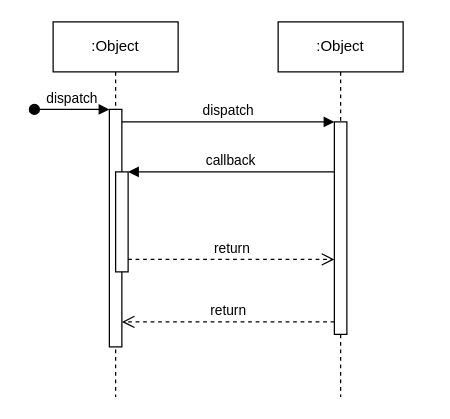
Earlier version of the draw.io diagram Untitled Diagram.drawio (git-ashutoshverma/draw.io). Source tidied: cells renumbered, new cells numbered last; positions are measured from the earlier drawing's top-left corner, leaving out a move shared by most shapes. Both pictures are drawn from the tidied source at 125%, with x=0, y=0 at pixel (34, 21).
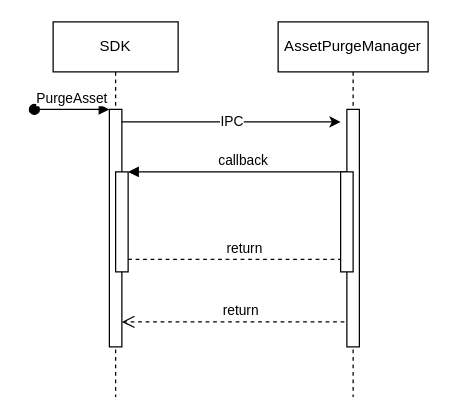
The same page after the edit.

Change to the diagram source:
```diff
@@
 <mxGraphModel>
   <root>
     <mxCell id="0" />
     <mxCell id="1" parent="0" />
-    <mxCell id="2" value=":Object" style="shape=umlLifeline;perimeter=lifelinePerimeter;whiteSpace=wrap;html=1;newEdgeStyle={&quot;edgeStyle&quot;:&quot;elbowEdgeStyle&quot;,&quot;elbow&quot;:&quot;vertical&quot;,&quot;curved&quot;:0,&quot;rounded&quot;:0};" parent="1" vertex="1">
+    <mxCell id="2" value="SDK" style="shape=umlLifeline;perimeter=lifelinePerimeter;whiteSpace=wrap;html=1;newEdgeStyle={&quot;edgeStyle&quot;:&quot;elbowEdgeStyle&quot;,&quot;elbow&quot;:&quot;vertical&quot;,&quot;curved&quot;:0,&quot;rounded&quot;:0};" parent="1" vertex="1">
       <mxGeometry x="15" width="100" height="300" as="geometry" />
     </mxCell>
     <mxCell id="3" style="html=1;points=[];perimeter=orthogonalPerimeter;outlineConnect=0;targetShapes=umlLifeline;portConstraint=eastwest;newEdgeStyle={&quot;edgeStyle&quot;:&quot;elbowEdgeStyle&quot;,&quot;elbow&quot;:&quot;vertical&quot;,&quot;curved&quot;:0,&quot;rounded&quot;:0};" parent="2" vertex="1">
       <mxGeometry x="45" y="70" width="10" height="190" as="geometry" />
     </mxCell>
-    <mxCell id="4" value="dispatch" style="html=1;verticalAlign=bottom;startArrow=oval;endArrow=block;startSize=8;edgeStyle=elbowEdgeStyle;elbow=vertical;curved=0;rounded=0;" parent="2" edge="1" target="3">
+    <mxCell id="4" value="PurgeAsset" style="html=1;verticalAlign=bottom;startArrow=oval;endArrow=block;startSize=8;edgeStyle=elbowEdgeStyle;elbow=vertical;curved=0;rounded=0;" parent="2" edge="1" target="3">
       <mxGeometry relative="1" as="geometry">
         <mxPoint x="-15" y="70" as="sourcePoint" />
       </mxGeometry>
     </mxCell>
     <mxCell id="5" style="html=1;points=[];perimeter=orthogonalPerimeter;outlineConnect=0;targetShapes=umlLifeline;portConstraint=eastwest;newEdgeStyle={&quot;edgeStyle&quot;:&quot;elbowEdgeStyle&quot;,&quot;elbow&quot;:&quot;vertical&quot;,&quot;curved&quot;:0,&quot;rounded&quot;:0};" parent="2" vertex="1">
       <mxGeometry x="50" y="120" width="10" height="80" as="geometry" />
     </mxCell>
-    <mxCell id="6" value=":Object" style="shape=umlLifeline;perimeter=lifelinePerimeter;whiteSpace=wrap;html=1;newEdgeStyle={&quot;edgeStyle&quot;:&quot;elbowEdgeStyle&quot;,&quot;elbow&quot;:&quot;vertical&quot;,&quot;curved&quot;:0,&quot;rounded&quot;:0};" parent="1" vertex="1">
-      <mxGeometry x="195" width="100" height="300" as="geometry" />
-    </mxCell>
-    <mxCell id="7" style="html=1;points=[];perimeter=orthogonalPerimeter;outlineConnect=0;targetShapes=umlLifeline;portConstraint=eastwest;newEdgeStyle={&quot;edgeStyle&quot;:&quot;elbowEdgeStyle&quot;,&quot;elbow&quot;:&quot;vertical&quot;,&quot;curved&quot;:0,&quot;rounded&quot;:0};" parent="6" vertex="1">
-      <mxGeometry x="45" y="80" width="10" height="170" as="geometry" />
-    </mxCell>
-    <mxCell id="8" value="dispatch" style="html=1;verticalAlign=bottom;endArrow=block;edgeStyle=elbowEdgeStyle;elbow=vertical;curved=0;rounded=0;" parent="1" edge="1" source="3" target="7">
-      <mxGeometry relative="1" as="geometry">
-        <Array as="points">
-          <mxPoint x="155" y="80" />
-        </Array>
-      </mxGeometry>
-    </mxCell>
-    <mxCell id="9" value="return" style="html=1;verticalAlign=bottom;endArrow=open;dashed=1;endSize=8;edgeStyle=elbowEdgeStyle;elbow=vertical;curved=0;rounded=0;" parent="1" edge="1" source="7" target="3">
+    <mxCell id="9" value="return" style="html=1;verticalAlign=bottom;endArrow=open;dashed=1;endSize=8;edgeStyle=elbowEdgeStyle;elbow=vertical;curved=0;rounded=0;" parent="1" edge="1" target="3">
       <mxGeometry relative="1" as="geometry">
+        <mxPoint x="260" y="240" as="sourcePoint" />
         <Array as="points">
           <mxPoint x="165" y="240" />
         </Array>
       </mxGeometry>
     </mxCell>
-    <mxCell id="10" value="callback" style="html=1;verticalAlign=bottom;endArrow=block;edgeStyle=elbowEdgeStyle;elbow=vertical;curved=0;rounded=0;" parent="1" edge="1" source="7" target="5">
+    <mxCell id="10" value="callback" style="html=1;verticalAlign=bottom;endArrow=block;edgeStyle=elbowEdgeStyle;elbow=vertical;curved=0;rounded=0;" parent="1" edge="1" target="5">
       <mxGeometry relative="1" as="geometry">
+        <mxPoint x="260" y="120" as="sourcePoint" />
         <Array as="points">
           <mxPoint x="165" y="120" />
         </Array>
       </mxGeometry>
     </mxCell>
-    <mxCell id="11" value="return" style="html=1;verticalAlign=bottom;endArrow=open;dashed=1;endSize=8;edgeStyle=elbowEdgeStyle;elbow=vertical;curved=0;rounded=0;" parent="1" edge="1" source="5" target="7">
+    <mxCell id="11" value="return" style="html=1;verticalAlign=bottom;endArrow=open;dashed=1;endSize=8;edgeStyle=elbowEdgeStyle;elbow=vertical;curved=0;rounded=0;" parent="1" edge="1" source="5">
       <mxGeometry relative="1" as="geometry">
+        <mxPoint x="260" y="190" as="targetPoint" />
         <Array as="points">
           <mxPoint x="155" y="190" />
         </Array>
       </mxGeometry>
     </mxCell>
+    <mxCell id="12" value="AssetPurgeManager" style="shape=umlLifeline;perimeter=lifelinePerimeter;whiteSpace=wrap;html=1;newEdgeStyle={&quot;edgeStyle&quot;:&quot;elbowEdgeStyle&quot;,&quot;elbow&quot;:&quot;vertical&quot;,&quot;curved&quot;:0,&quot;rounded&quot;:0};size=40;" parent="1" vertex="1">
+      <mxGeometry x="195" width="120" height="300" as="geometry" />
+    </mxCell>
+    <mxCell id="13" style="html=1;perimeter=orthogonalPerimeter;targetShapes=umlLifeline;newEdgeStyle={&quot;edgeStyle&quot;:&quot;elbowEdgeStyle&quot;,&quot;elbow&quot;:&quot;vertical&quot;,&quot;curved&quot;:0,&quot;rounded&quot;:0};" parent="12" vertex="1">
+      <mxGeometry x="55" y="70" width="10" height="190" as="geometry" />
+    </mxCell>
+    <mxCell id="14" style="html=1;perimeter=orthogonalPerimeter;targetShapes=umlLifeline;newEdgeStyle={&quot;edgeStyle&quot;:&quot;elbowEdgeStyle&quot;,&quot;elbow&quot;:&quot;vertical&quot;,&quot;curved&quot;:0,&quot;rounded&quot;:0};" parent="12" vertex="1">
+      <mxGeometry x="50" y="120" width="10" height="80" as="geometry" />
+    </mxCell>
+    <mxCell id="15" value="IPC" style="endArrow=classic;html=1;rounded=0;" parent="1" edge="1">
+      <mxGeometry relative="1" as="geometry">
+        <mxPoint x="70" y="80" as="sourcePoint" />
+        <mxPoint x="245" y="80" as="targetPoint" />
+      </mxGeometry>
+    </mxCell>
   </root>
 </mxGraphModel>
```
